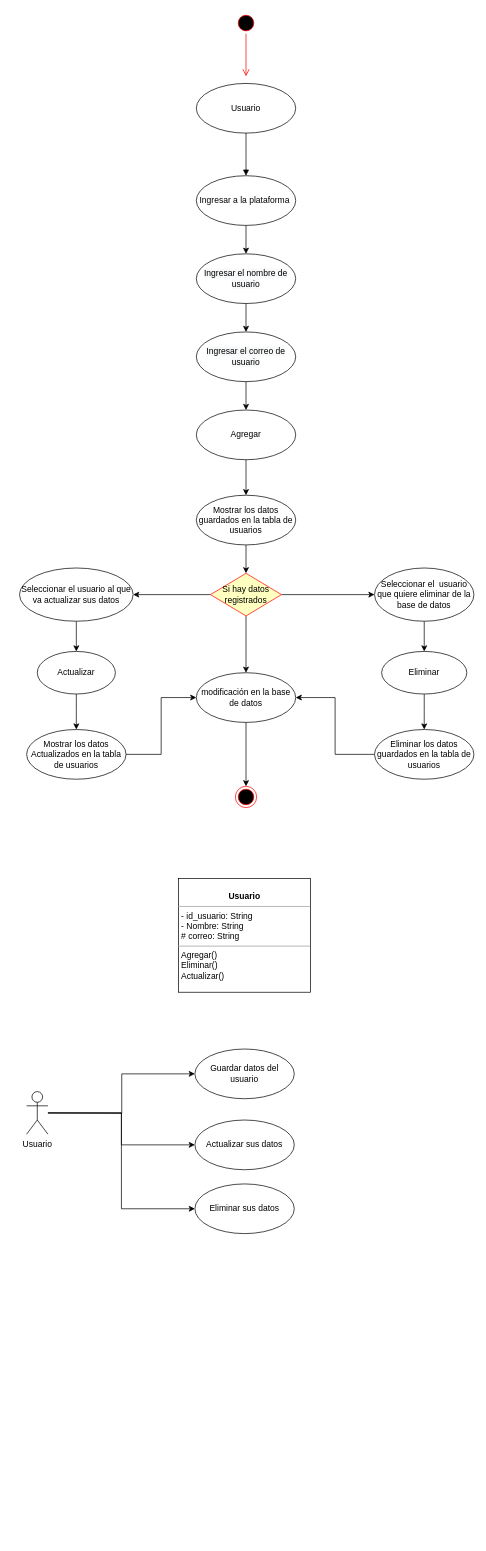
Above: Producto.drawio in mateo1761/viernes11 (draw.io), before the change. Source tidied: cells renumbered, new cells numbered last; positions are measured from the earlier drawing's top-left corner, leaving out a move shared by most shapes. Both pictures are drawn from the tidied source at 71%, with x=0, y=0 at pixel (19, 12).
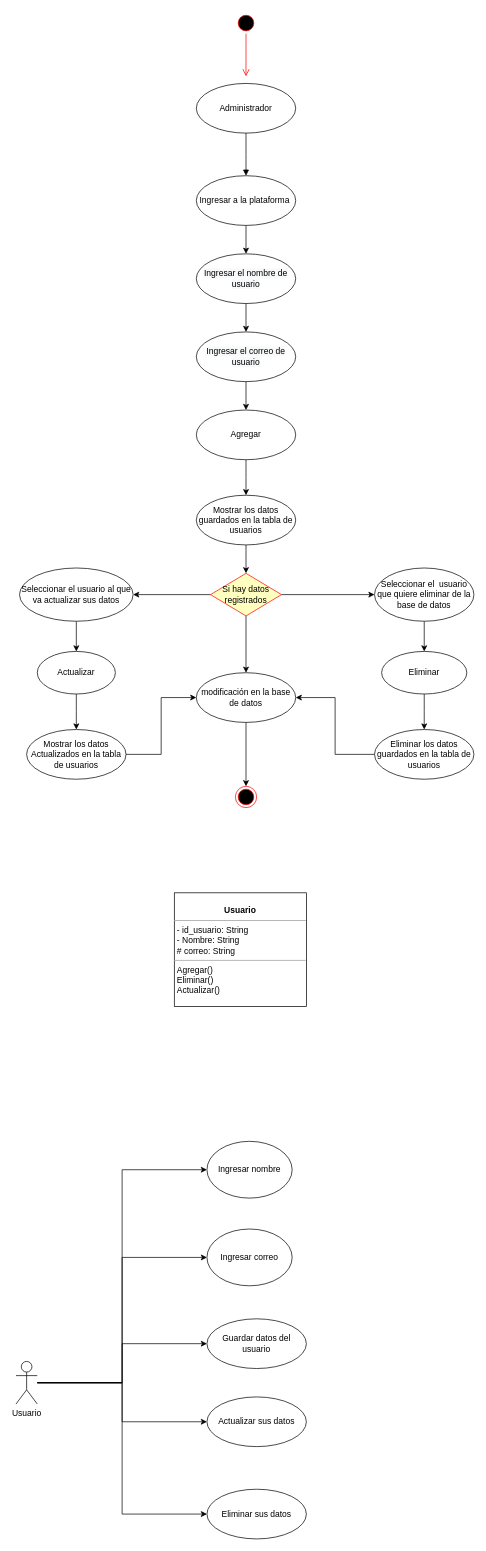
The same page after the edit.

Change to the diagram source:
```diff
@@
-    <mxCell id="4" value="Usuario" style="ellipse;whiteSpace=wrap;html=1;" parent="1" vertex="1">
+    <mxCell id="4" value="Administrador" style="ellipse;whiteSpace=wrap;html=1;" parent="1" vertex="1">
       <mxGeometry x="249" y="100" width="140" height="70" as="geometry" />
     </mxCell>
@@
     <mxCell id="23" value="&lt;p style=&quot;margin: 0px ; margin-top: 4px ; text-align: center&quot;&gt;&lt;br&gt;&lt;b&gt;Usuario&lt;/b&gt;&lt;/p&gt;&lt;hr size=&quot;1&quot;&gt;&lt;p style=&quot;margin: 0px ; margin-left: 4px&quot;&gt;- id_usuario: String&lt;br&gt;- Nombre: String&lt;/p&gt;&lt;p style=&quot;margin: 0px ; margin-left: 4px&quot;&gt;# correo: String&lt;/p&gt;&lt;hr size=&quot;1&quot;&gt;&lt;p style=&quot;margin: 0px ; margin-left: 4px&quot;&gt;Agregar()&lt;br&gt;Eliminar()&lt;/p&gt;&lt;p style=&quot;margin: 0px ; margin-left: 4px&quot;&gt;Actualizar()&lt;/p&gt;" style="verticalAlign=top;align=left;overflow=fill;fontSize=12;fontFamily=Helvetica;html=1;" parent="1" vertex="1">
-      <mxGeometry x="224" y="1220" width="186" height="160" as="geometry" />
+      <mxGeometry x="218" y="1240" width="186" height="160" as="geometry" />
     </mxCell>
-    <mxCell id="24" style="edgeStyle=orthogonalEdgeStyle;rounded=0;jettySize=auto;html=1;entryX=0;entryY=0.5;entryDx=0;entryDy=0;" parent="1" edge="1" target="40">
-      <mxGeometry relative="1" as="geometry">
-        <mxPoint x="40" y="1550" as="sourcePoint" />
-      </mxGeometry>
-    </mxCell>
@@
+    <mxCell id="43" style="edgeStyle=orthogonalEdgeStyle;rounded=0;jettySize=auto;html=1;entryX=0;entryY=0.5;entryDx=0;entryDy=0;" parent="1" edge="1" source="27" target="40">
+      <mxGeometry relative="1" as="geometry" />
+    </mxCell>
+    <mxCell id="44" style="edgeStyle=orthogonalEdgeStyle;rounded=0;jettySize=auto;html=1;entryX=0;entryY=0.5;entryDx=0;entryDy=0;" parent="1" edge="1" source="27" target="46">
+      <mxGeometry relative="1" as="geometry" />
+    </mxCell>
+    <mxCell id="45" style="edgeStyle=orthogonalEdgeStyle;rounded=0;jettySize=auto;html=1;entryX=0;entryY=0.5;entryDx=0;entryDy=0;" parent="1" edge="1" source="27" target="47">
+      <mxGeometry relative="1" as="geometry" />
+    </mxCell>
     <mxCell id="27" value="Usuario&lt;br&gt;" style="shape=umlActor;verticalLabelPosition=bottom;verticalAlign=top;html=1;" parent="1" vertex="1">
-      <mxGeometry x="10" y="1520" width="30" height="60" as="geometry" />
+      <mxGeometry x="-5" y="1900" width="30" height="60" as="geometry" />
     </mxCell>
@@
     <mxCell id="40" value="Guardar datos del usuario" style="ellipse;whiteSpace=wrap;html=1;" parent="1" vertex="1">
-      <mxGeometry x="247" y="1460" width="140" height="70" as="geometry" />
+      <mxGeometry x="264" y="1840" width="140" height="70" as="geometry" />
     </mxCell>
     <mxCell id="41" value="Actualizar sus datos" style="ellipse;whiteSpace=wrap;html=1;" parent="1" vertex="1">
-      <mxGeometry x="247" y="1560" width="140" height="70" as="geometry" />
+      <mxGeometry x="264" y="1950" width="140" height="70" as="geometry" />
     </mxCell>
     <mxCell id="42" value="Eliminar sus datos" style="ellipse;whiteSpace=wrap;html=1;" parent="1" vertex="1">
-      <mxGeometry x="247" y="1650" width="140" height="70" as="geometry" />
+      <mxGeometry x="264" y="2080" width="140" height="70" as="geometry" />
     </mxCell>
+    <mxCell id="46" value="Ingresar nombre" style="ellipse;whiteSpace=wrap;html=1;" parent="1" vertex="1">
+      <mxGeometry x="264" y="1590" width="120" height="80" as="geometry" />
+    </mxCell>
+    <mxCell id="47" value="Ingresar correo" style="ellipse;whiteSpace=wrap;html=1;" parent="1" vertex="1">
+      <mxGeometry x="264" y="1713.5" width="120" height="80" as="geometry" />
+    </mxCell>
```
